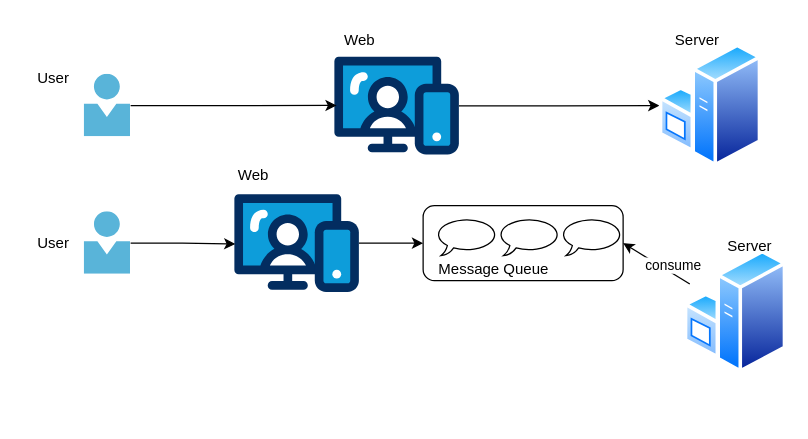
Before: DrawIO_file/毕业论文画图/消息队列优化.drawio in DingDongZz/typera_PicGO, a draw.io diagram. Source tidied: cells renumbered, new cells numbered last; positions are measured from the earlier drawing's top-left corner, leaving out a move shared by most shapes. Both pictures are drawn from the tidied source at 125%, with x=0, y=0 at pixel (21, 21). Pictures stored in the file or linked from it are replaced by grey dashed boxes.
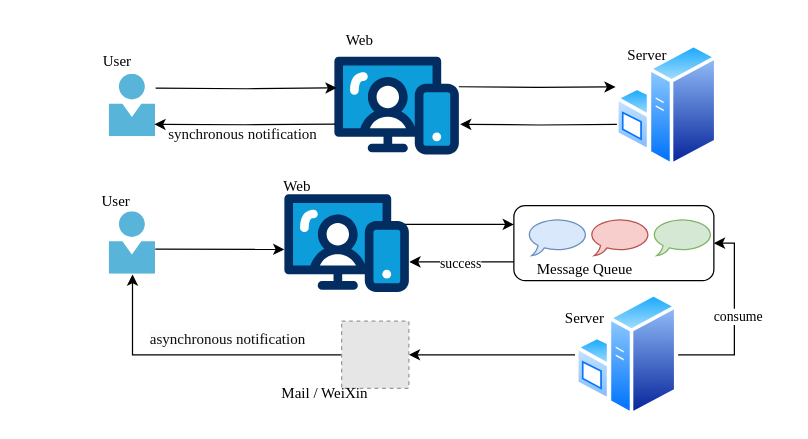
Above is the later version.

Commit message (it also covers changes not shown here):
更新消息队列优化.drawio

Diff of the diagram source:
```diff
@@
-    <mxCell id="2" style="image;sketch=0;html=1;points=[];align=center;fontSize=12;image=img/lib/mscae/Person.svg;" parent="1" vertex="1">
-      <mxGeometry x="50" y="42" width="37" height="50" as="geometry" />
+    <mxCell id="2" style="image;sketch=0;html=1;points=[];align=center;fontSize=12;image=img/lib/mscae/Person.svg;fontFamily=Times New Roman;" parent="1" vertex="1">
+      <mxGeometry x="70" y="42" width="37" height="50" as="geometry" />
     </mxCell>
-    <mxCell id="3" style="image;sketch=0;html=1;points=[];align=center;fontSize=12;image=img/lib/mscae/Person.svg;" parent="1" vertex="1">
-      <mxGeometry x="50" y="152" width="37" height="50" as="geometry" />
+    <mxCell id="3" style="image;sketch=0;html=1;points=[];align=center;fontSize=12;image=img/lib/mscae/Person.svg;fontFamily=Times New Roman;" parent="1" vertex="1">
+      <mxGeometry x="70" y="152" width="37" height="50" as="geometry" />
     </mxCell>
-    <mxCell id="4" style="edgeStyle=orthogonalEdgeStyle;rounded=0;jettySize=auto;html=1;" parent="1" edge="1" source="5" target="6">
-      <mxGeometry relative="1" as="geometry" />
+    <mxCell id="4" style="edgeStyle=orthogonalEdgeStyle;rounded=0;orthogonalLoop=1;jettySize=auto;html=1;fontFamily=Times New Roman;" parent="1" edge="1">
+      <mxGeometry relative="1" as="geometry">
+        <mxPoint x="349.6" y="51.9" as="sourcePoint" />
+        <mxPoint x="475" y="52" as="targetPoint" />
+      </mxGeometry>
     </mxCell>
-    <mxCell id="5" style="verticalLabelPosition=bottom;html=1;shape=mxgraph.salesforce.web;" parent="1" vertex="1">
+    <mxCell id="5" style="verticalLabelPosition=bottom;html=1;shape=mxgraph.salesforce.web;fontFamily=Times New Roman;" parent="1" vertex="1">
       <mxGeometry x="250" y="27.7" width="99.6" height="78.7" as="geometry" />
     </mxCell>
-    <mxCell id="6" style="image;perimeter=ellipsePerimeter;html=1;align=center;shadow=0;dashed=0;spacingTop=3;image=img/lib/active_directory/windows_server.svg;" parent="1" vertex="1">
-      <mxGeometry x="510" y="17" width="82" height="100" as="geometry" />
+    <mxCell id="6" style="image;perimeter=ellipsePerimeter;html=1;align=center;shadow=0;dashed=0;spacingTop=3;image=img/lib/active_directory/windows_server.svg;fontFamily=Times New Roman;" parent="1" vertex="1">
+      <mxGeometry x="475" y="17" width="82" height="100" as="geometry" />
     </mxCell>
-    <mxCell id="7" style="edgeStyle=orthogonalEdgeStyle;rounded=0;jettySize=auto;html=1;entryX=0.018;entryY=0.497;entryDx=0;entryDy=0;entryPerimeter=0;" parent="1" edge="1" source="2" target="5">
-      <mxGeometry relative="1" as="geometry" />
+    <mxCell id="7" style="edgeStyle=orthogonalEdgeStyle;rounded=0;orthogonalLoop=1;jettySize=auto;html=1;entryX=0.018;entryY=0.497;entryDx=0;entryDy=0;entryPerimeter=0;fontFamily=Times New Roman;" parent="1" edge="1">
+      <mxGeometry relative="1" as="geometry">
+        <mxPoint x="107" y="53" as="sourcePoint" />
+        <mxPoint x="251.8" y="52.8" as="targetPoint" />
+      </mxGeometry>
     </mxCell>
-    <mxCell id="8" value="User" style="text;html=1;align=center;verticalAlign=middle;strokeColor=none;fillColor=none;" parent="1" vertex="1">
-      <mxGeometry y="30" width="50" height="30" as="geometry" />
+    <mxCell id="8" value="User" style="text;html=1;align=center;verticalAlign=middle;strokeColor=none;fillColor=none;fontFamily=Times New Roman;" parent="1" vertex="1">
+      <mxGeometry x="51" y="17" width="50" height="30" as="geometry" />
     </mxCell>
-    <mxCell id="9" value="Web" style="text;html=1;align=center;verticalAlign=middle;strokeColor=none;fillColor=none;" parent="1" vertex="1">
+    <mxCell id="9" value="Web" style="text;html=1;align=center;verticalAlign=middle;strokeColor=none;fillColor=none;fontFamily=Times New Roman;" parent="1" vertex="1">
       <mxGeometry x="245" width="50" height="30" as="geometry" />
     </mxCell>
-    <mxCell id="10" value="Server" style="text;html=1;align=center;verticalAlign=middle;strokeColor=none;fillColor=none;" parent="1" vertex="1">
-      <mxGeometry x="510" width="60" height="30" as="geometry" />
+    <mxCell id="10" value="Server" style="text;html=1;align=center;verticalAlign=middle;strokeColor=none;fillColor=none;fontFamily=Times New Roman;" parent="1" vertex="1">
+      <mxGeometry x="475" y="12" width="50" height="30" as="geometry" />
     </mxCell>
-    <mxCell id="11" value="User" style="text;html=1;align=center;verticalAlign=middle;strokeColor=none;fillColor=none;" parent="1" vertex="1">
-      <mxGeometry y="162" width="50" height="30" as="geometry" />
+    <mxCell id="11" value="User" style="text;html=1;align=center;verticalAlign=middle;strokeColor=none;fillColor=none;fontFamily=Times New Roman;" parent="1" vertex="1">
+      <mxGeometry x="50" y="129" width="50" height="30" as="geometry" />
     </mxCell>
-    <mxCell id="12" style="edgeStyle=orthogonalEdgeStyle;rounded=0;jettySize=auto;html=1;entryX=0;entryY=0.5;entryDx=0;entryDy=0;" parent="1" edge="1" source="13" target="16">
-      <mxGeometry relative="1" as="geometry" />
+    <mxCell id="12" style="rounded=0;jettySize=auto;html=1;entryX=0;entryY=0.25;entryDx=0;entryDy=0;fontFamily=Times New Roman;" parent="1" edge="1" target="16">
+      <mxGeometry relative="1" as="geometry">
+        <mxPoint x="270" y="162" as="sourcePoint" />
+      </mxGeometry>
     </mxCell>
-    <mxCell id="13" style="verticalLabelPosition=bottom;html=1;shape=mxgraph.salesforce.web;" parent="1" vertex="1">
-      <mxGeometry x="170" y="137.6" width="99.6" height="78.7" as="geometry" />
+    <mxCell id="13" style="verticalLabelPosition=bottom;html=1;shape=mxgraph.salesforce.web;fontFamily=Times New Roman;" parent="1" vertex="1">
+      <mxGeometry x="210" y="137.6" width="99.6" height="78.7" as="geometry" />
     </mxCell>
-    <mxCell id="14" style="edgeStyle=orthogonalEdgeStyle;rounded=0;jettySize=auto;html=1;entryX=0.008;entryY=0.51;entryDx=0;entryDy=0;entryPerimeter=0;" parent="1" edge="1" source="3" target="13">
-      <mxGeometry relative="1" as="geometry" />
+    <mxCell id="14" style="rounded=0;jettySize=auto;html=1;exitX=0.992;exitY=0.595;exitDx=0;exitDy=0;exitPerimeter=0;fontFamily=Times New Roman;" parent="1" edge="1" source="3">
+      <mxGeometry relative="1" as="geometry">
+        <mxPoint x="210" y="182" as="targetPoint" />
+      </mxGeometry>
     </mxCell>
-    <mxCell id="15" style="group;" parent="1" vertex="1">
-      <mxGeometry x="321" y="147" width="160" height="66" as="geometry" />
+    <mxCell id="15" style="group;fontFamily=Times New Roman;" parent="1" vertex="1">
+      <mxGeometry x="393.6" y="147" width="160" height="66" as="geometry" />
     </mxCell>
-    <mxCell id="16" style="rounded=1;whiteSpace=wrap;html=1;" parent="15" vertex="1">
+    <mxCell id="16" style="rounded=1;whiteSpace=wrap;html=1;fontFamily=Times New Roman;" parent="15" vertex="1">
       <mxGeometry width="160" height="60" as="geometry" />
     </mxCell>
-    <mxCell id="17" style="whiteSpace=wrap;html=1;shape=mxgraph.basic.oval_callout;" parent="15" vertex="1">
+    <mxCell id="17" style="whiteSpace=wrap;html=1;shape=mxgraph.basic.oval_callout;fontFamily=Times New Roman;fillColor=#dae8fc;strokeColor=#6c8ebf;" parent="15" vertex="1">
       <mxGeometry x="10" y="10" width="50" height="30" as="geometry" />
     </mxCell>
-    <mxCell id="18" style="whiteSpace=wrap;html=1;shape=mxgraph.basic.oval_callout;" parent="15" vertex="1">
+    <mxCell id="18" style="whiteSpace=wrap;html=1;shape=mxgraph.basic.oval_callout;fontFamily=Times New Roman;fillColor=#d5e8d4;strokeColor=#82b366;" parent="15" vertex="1">
       <mxGeometry x="110" y="10" width="50" height="30" as="geometry" />
     </mxCell>
-    <mxCell id="19" style="whiteSpace=wrap;html=1;shape=mxgraph.basic.oval_callout;" parent="15" vertex="1">
+    <mxCell id="19" style="whiteSpace=wrap;html=1;shape=mxgraph.basic.oval_callout;fontFamily=Times New Roman;fillColor=#f8cecc;strokeColor=#b85450;" parent="15" vertex="1">
       <mxGeometry x="60" y="10" width="50" height="30" as="geometry" />
     </mxCell>
-    <mxCell id="20" value="&amp;nbsp;Message Queue" style="text;html=1;align=center;verticalAlign=middle;whiteSpace=wrap;rounded=0;" parent="15" vertex="1">
+    <mxCell id="20" value="&amp;nbsp;Message Queue" style="text;html=1;align=center;verticalAlign=middle;whiteSpace=wrap;rounded=0;fontFamily=Times New Roman;" parent="15" vertex="1">
       <mxGeometry x="3" y="36" width="104" height="30" as="geometry" />
     </mxCell>
+    <mxCell id="26" style="edgeStyle=orthogonalEdgeStyle;rounded=0;jettySize=auto;html=1;entryX=1;entryY=0.5;entryDx=0;entryDy=0;fontFamily=Times New Roman;" parent="1" edge="1" source="21" target="30">
+      <mxGeometry relative="1" as="geometry" />
+    </mxCell>
-    <mxCell id="21" style="image;perimeter=ellipsePerimeter;html=1;align=center;shadow=0;dashed=0;spacingTop=3;image=img/lib/active_directory/windows_server.svg;" parent="1" vertex="1">
-      <mxGeometry x="530" y="182" width="82" height="100" as="geometry" />
+    <mxCell id="21" style="image;perimeter=ellipsePerimeter;html=1;align=center;shadow=0;dashed=0;spacingTop=3;image=img/lib/active_directory/windows_server.svg;fontFamily=Times New Roman;" parent="1" vertex="1">
+      <mxGeometry x="443" y="216.4" width="82" height="100" as="geometry" />
     </mxCell>
-    <mxCell id="22" style="rounded=0;jettySize=auto;html=1;exitX=0;exitY=0.25;exitDx=0;exitDy=0;entryX=1;entryY=0.5;entryDx=0;entryDy=0;" parent="1" edge="1" source="21" target="16">
-      <mxGeometry relative="1" as="geometry" />
+    <mxCell id="22" style="rounded=0;jettySize=auto;html=1;entryX=1;entryY=0.5;entryDx=0;entryDy=0;exitX=1;exitY=0.5;exitDx=0;exitDy=0;edgeStyle=orthogonalEdgeStyle;fontFamily=Times New Roman;" parent="1" edge="1" source="21" target="16">
+      <mxGeometry relative="1" as="geometry">
+        <Array as="points">
+          <mxPoint x="570" y="266" />
+          <mxPoint x="570" y="177" />
+        </Array>
+      </mxGeometry>
     </mxCell>
-    <mxCell id="23" value="consume" style="edgeLabel;html=1;align=center;verticalAlign=middle;" parent="22" vertex="1">
+    <mxCell id="23" value="consume" style="edgeLabel;html=1;align=center;verticalAlign=middle;fontFamily=Times New Roman;" parent="22" vertex="1">
       <mxGeometry x="0.03" relative="1" as="geometry">
-        <mxPoint x="13" y="2" as="offset" />
+        <mxPoint x="2" y="2" as="offset" />
       </mxGeometry>
     </mxCell>
-    <mxCell id="24" value="Server" style="text;html=1;align=center;verticalAlign=middle;strokeColor=none;fillColor=none;" parent="1" vertex="1">
-      <mxGeometry x="552" y="165" width="60" height="30" as="geometry" />
+    <mxCell id="24" value="Server" style="text;html=1;align=center;verticalAlign=middle;strokeColor=none;fillColor=none;fontFamily=Times New Roman;" parent="1" vertex="1">
+      <mxGeometry x="425" y="222" width="50" height="30" as="geometry" />
     </mxCell>
-    <mxCell id="25" value="Web" style="text;html=1;align=center;verticalAlign=middle;strokeColor=none;fillColor=none;" parent="1" vertex="1">
-      <mxGeometry x="160" y="107.6" width="50" height="30" as="geometry" />
+    <mxCell id="25" value="Web" style="text;html=1;align=center;verticalAlign=middle;strokeColor=none;fillColor=none;fontFamily=Times New Roman;" parent="1" vertex="1">
+      <mxGeometry x="195" y="117" width="50" height="30" as="geometry" />
     </mxCell>
+    <mxCell id="27" style="rounded=0;jettySize=auto;html=1;exitX=0;exitY=0.75;exitDx=0;exitDy=0;fontFamily=Times New Roman;" parent="1" edge="1" source="16">
+      <mxGeometry relative="1" as="geometry">
+        <mxPoint x="310" y="192" as="targetPoint" />
+      </mxGeometry>
+    </mxCell>
+    <mxCell id="28" value="success" style="edgeLabel;html=1;align=center;verticalAlign=middle;fontFamily=Times New Roman;" parent="27" vertex="1">
+      <mxGeometry x="0.02" y="2" relative="1" as="geometry">
+        <mxPoint y="-2" as="offset" />
+      </mxGeometry>
+    </mxCell>
+    <mxCell id="29" style="edgeStyle=orthogonalEdgeStyle;rounded=0;jettySize=auto;html=1;fontFamily=Times New Roman;" parent="1" edge="1" source="30" target="3">
+      <mxGeometry relative="1" as="geometry" />
+    </mxCell>
+    <mxCell id="30" style="fillColor=#E6E6E6;strokeColor=#999999;dashed=1;html=1;verticalAlign=top;verticalLabelPosition=bottom;labelBackgroundColor=#ffffff;fontFamily=Times New Roman;" parent="1" vertex="1">
+      <mxGeometry x="255.8" y="239.4" width="53.8" height="53.8" as="geometry" />
+    </mxCell>
+    <mxCell id="31" value="Mail / WeiXin" style="text;html=1;align=center;verticalAlign=middle;whiteSpace=wrap;rounded=0;fontFamily=Times New Roman;" parent="1" vertex="1">
+      <mxGeometry x="200" y="282" width="85" height="30" as="geometry" />
+    </mxCell>
+    <mxCell id="32" value="&lt;p style=&quot;margin: 0px; font-variant-numeric: normal; font-variant-east-asian: normal; font-variant-alternates: normal; font-size-adjust: none; font-kerning: auto; font-optical-sizing: auto; font-feature-settings: normal; font-variation-settings: normal; font-variant-position: normal; font-variant-emoji: normal; font-stretch: normal; line-height: normal; color: rgb(14, 14, 14); text-align: start;&quot; class=&quot;p1&quot;&gt;&lt;font face=&quot;Times New Roman&quot; style=&quot;&quot;&gt;synchronous notification&lt;/font&gt;&lt;/p&gt;" style="text;html=1;align=center;verticalAlign=middle;whiteSpace=wrap;rounded=0;" parent="1" vertex="1">
+      <mxGeometry x="107" y="82" width="140" height="15" as="geometry" />
+    </mxCell>
+    <mxCell id="33" value="&lt;span style=&quot;color: rgb(14, 14, 14); font-family: &amp;quot;Times New Roman&amp;quot;; font-size: 12px; font-style: normal; font-variant-ligatures: normal; font-variant-caps: normal; font-weight: 400; letter-spacing: normal; orphans: 2; text-align: start; text-indent: 0px; text-transform: none; widows: 2; word-spacing: 0px; -webkit-text-stroke-width: 0px; white-space: normal; background-color: rgb(251, 251, 251); text-decoration-thickness: initial; text-decoration-style: initial; text-decoration-color: initial; display: inline !important; float: none;&quot;&gt;asynchronous notification&lt;/span&gt;" style="text;html=1;align=center;verticalAlign=middle;whiteSpace=wrap;rounded=0;" parent="1" vertex="1">
+      <mxGeometry x="90" y="239.4" width="150" height="30" as="geometry" />
+    </mxCell>
+    <mxCell id="34" style="edgeStyle=orthogonalEdgeStyle;rounded=0;orthogonalLoop=1;jettySize=auto;html=1;fontFamily=Times New Roman;" parent="1" edge="1">
+      <mxGeometry relative="1" as="geometry">
+        <mxPoint x="476" y="82" as="sourcePoint" />
+        <mxPoint x="350.6" y="81.9" as="targetPoint" />
+      </mxGeometry>
+    </mxCell>
+    <mxCell id="35" style="edgeStyle=orthogonalEdgeStyle;rounded=0;orthogonalLoop=1;jettySize=auto;html=1;entryX=0.018;entryY=0.497;entryDx=0;entryDy=0;entryPerimeter=0;fontFamily=Times New Roman;" parent="1" edge="1">
+      <mxGeometry relative="1" as="geometry">
+        <mxPoint x="250.8" y="81.8" as="sourcePoint" />
+        <mxPoint x="106" y="82" as="targetPoint" />
+      </mxGeometry>
+    </mxCell>
```
